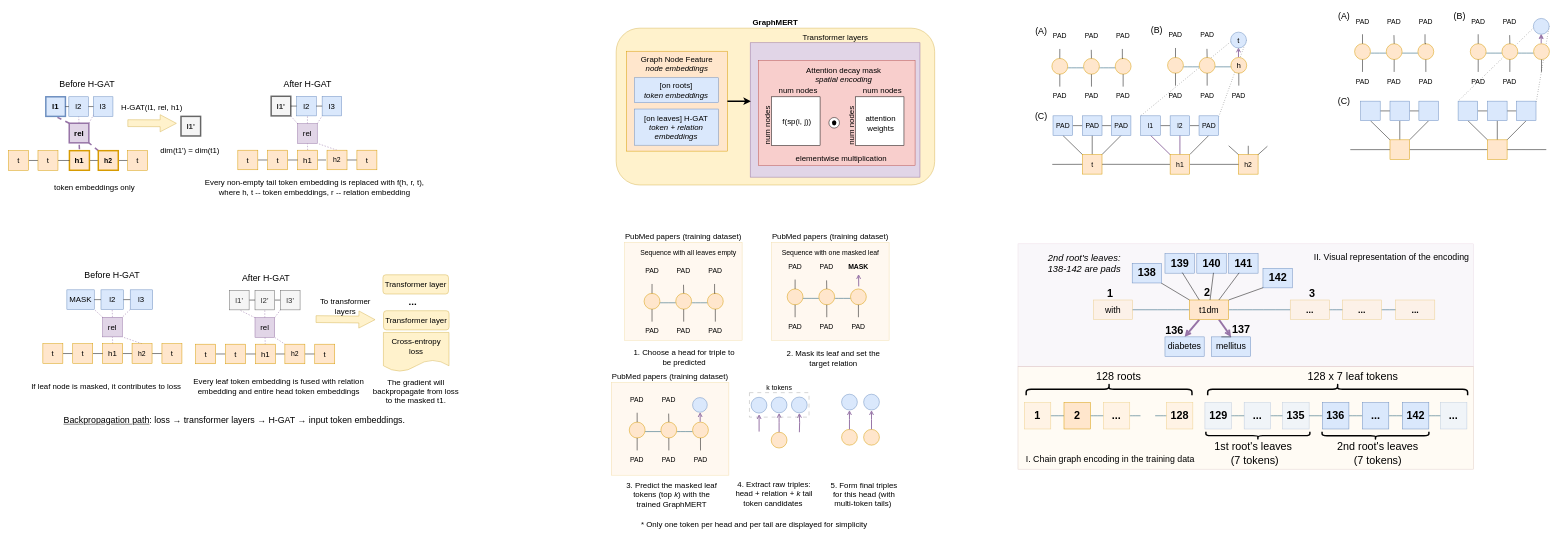
Above: page "chain graphs" (1 of 6) of presentations/pipeline.drawio in across-stars/draw.io (draw.io), before the change. Source tidied: cells renumbered, new cells numbered last; positions are measured from the earlier drawing's top-left corner, leaving out a move shared by most shapes. Both pictures are drawn from the tidied source at 49%, with x=0, y=0 at pixel (8, 8).
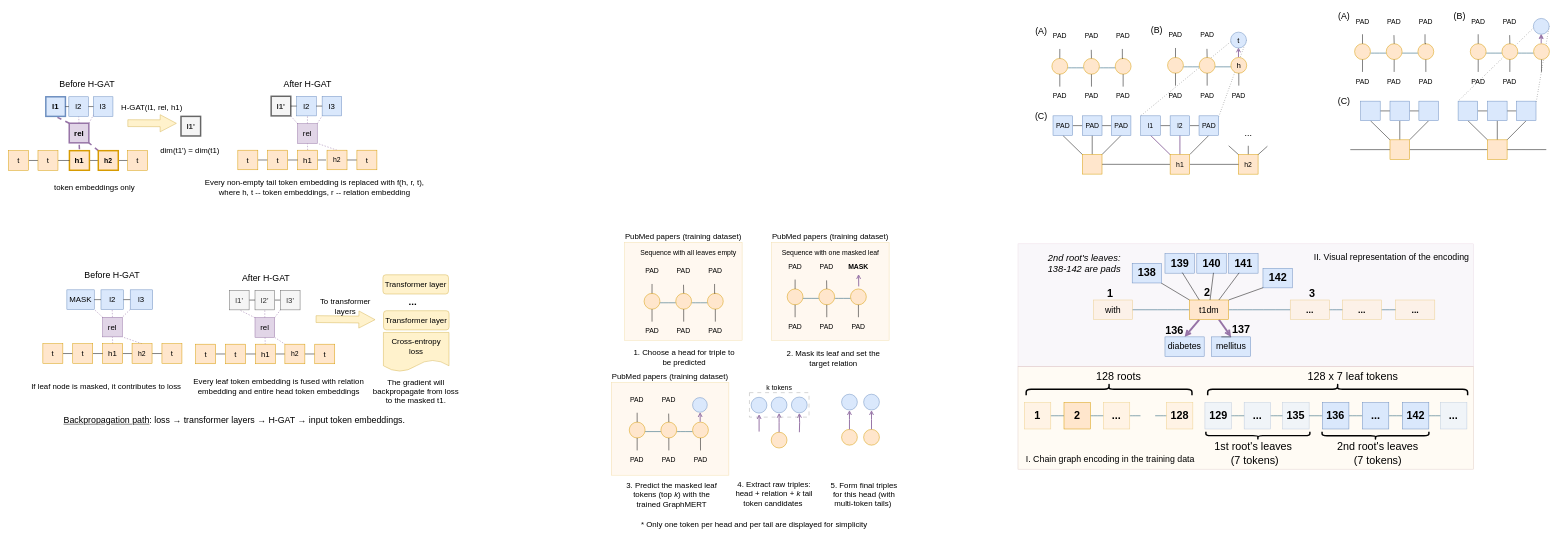
The same page after the edit.

The change refers to these unchanged cells:
```xml
<mxCell id="341" style="group;" parent="209" vertex="1">
  <mxGeometry x="2363" y="158" width="226.2" height="179.9" as="geometry" />
</mxCell>
```

What changed in the source:
```diff
@@
-    <mxCell id="19" value="&lt;font color=&quot;#000000&quot;&gt;&lt;b&gt;GraphMERT&lt;/b&gt;&lt;/font&gt;" style="rounded=1;whiteSpace=wrap;html=1;fontSize=16;labelBackgroundColor=none;fillColor=#fff2cc;strokeColor=#d6b656;labelPosition=center;verticalLabelPosition=top;align=center;verticalAlign=bottom;" parent="1" vertex="1">
-      <mxGeometry x="1240" y="40" width="650" height="320" as="geometry" />
-    </mxCell>
-    <mxCell id="20" style="group;" parent="1" vertex="1">
-      <mxGeometry x="1278" y="69.8" width="592" height="274.2" as="geometry" />
-    </mxCell>
-    <mxCell id="21" value="&lt;font&gt;Transformer layers&lt;/font&gt;" style="rounded=0;whiteSpace=wrap;html=1;fillColor=#e1d5e7;strokeColor=#9673a6;labelPosition=center;verticalLabelPosition=top;align=center;verticalAlign=bottom;fontSize=16;" parent="20" vertex="1">
-      <mxGeometry x="235.5" width="346.5" height="274.2" as="geometry" />
-    </mxCell>
-    <mxCell id="22" style="group;" parent="20" vertex="1">
-      <mxGeometry x="-17" y="17.2" width="206" height="203.9" as="geometry" />
-    </mxCell>
-    <mxCell id="23" value="&lt;font&gt;Graph Node Feature&lt;/font&gt;&lt;div&gt;&lt;i&gt;&lt;font&gt;node embeddings&lt;/font&gt;&lt;/i&gt;&lt;/div&gt;" style="rounded=0;whiteSpace=wrap;html=1;verticalAlign=top;fillColor=#ffe6cc;strokeColor=#d79b00;fontSize=16;" parent="22" vertex="1">
-      <mxGeometry width="206" height="203.9" as="geometry" />
-    </mxCell>
-    <mxCell id="24" value="&lt;font&gt;[on roots]&lt;/font&gt;&lt;div&gt;&lt;font&gt;&lt;i&gt;token embeddings&lt;/i&gt;&lt;/font&gt;&lt;/div&gt;" style="rounded=0;whiteSpace=wrap;html=1;fillColor=#dae8fc;strokeColor=#6c8ebf;fontSize=16;" parent="22" vertex="1">
-      <mxGeometry x="16.4" y="54.2" width="171" height="51" as="geometry" />
-    </mxCell>
-    <mxCell id="25" value="&lt;font&gt;&lt;font&gt;[on leaves] H-GAT&lt;/font&gt;&lt;/font&gt;&lt;div&gt;&lt;font&gt;&lt;i&gt;token + relation embeddings&lt;/i&gt;&lt;/font&gt;&lt;/div&gt;" style="rounded=0;whiteSpace=wrap;html=1;fillColor=#dae8fc;strokeColor=#6c8ebf;fontSize=16;" parent="22" vertex="1">
-      <mxGeometry x="16.4" y="118" width="171" height="73.8" as="geometry" />
-    </mxCell>
-    <mxCell id="26" style="group;" parent="20" vertex="1">
-      <mxGeometry x="252" y="27.2" width="340" height="223.2" as="geometry" />
-    </mxCell>
-    <mxCell id="27" style="rounded=0;whiteSpace=wrap;html=1;fillColor=#f8cecc;strokeColor=#b85450;labelPosition=center;verticalLabelPosition=bottom;align=center;verticalAlign=top;fontSize=16;" parent="26" vertex="1">
-      <mxGeometry y="8.6" width="320" height="214.6" as="geometry" />
-    </mxCell>
-    <mxCell id="28" value="&lt;div&gt;&lt;font&gt;Attention decay mask&lt;/font&gt;&lt;/div&gt;&lt;div&gt;&lt;font&gt;&lt;i&gt;spatial encoding&lt;/i&gt;&lt;/font&gt;&lt;/div&gt;" style="text;html=1;align=center;verticalAlign=middle;whiteSpace=wrap;rounded=0;fontSize=16;" parent="26" vertex="1">
-      <mxGeometry x="77.2" width="195" height="75.1" as="geometry" />
-    </mxCell>
-    <mxCell id="29" style="group;fontSize=16;" parent="26" vertex="1">
-      <mxGeometry y="62.2" width="305.9" height="160.9" as="geometry" />
-    </mxCell>
-    <mxCell id="30" style="group;fontSize=16;" parent="29" vertex="1">
-      <mxGeometry width="128.8" height="144.9" as="geometry" />
-    </mxCell>
-    <mxCell id="31" style="whiteSpace=wrap;html=1;fontSize=16;" parent="30" vertex="1">
-      <mxGeometry x="27" y="20.9" width="99.1" height="99.1" as="geometry" />
-    </mxCell>
-    <mxCell id="32" value="&lt;font&gt;num nodes&lt;/font&gt;" style="text;html=1;align=center;verticalAlign=middle;strokeColor=none;fillColor=none;fontSize=16;" parent="30" vertex="1">
-      <mxGeometry x="31.2" y="-7" width="100" height="30" as="geometry" />
-    </mxCell>
-    <mxCell id="33" value="&lt;font&gt;num nodes&lt;/font&gt;" style="text;html=1;align=center;verticalAlign=middle;strokeColor=none;fillColor=none;rotation=-90;fontSize=16;" parent="30" vertex="1">
-      <mxGeometry x="-31.5" y="64.9" width="100" height="30" as="geometry" />
-    </mxCell>
-    <mxCell id="34" value="&lt;font&gt;f(sp(i, j))&lt;/font&gt;" style="text;html=1;align=center;verticalAlign=middle;whiteSpace=wrap;rounded=0;fontSize=16;" parent="30" vertex="1">
-      <mxGeometry x="42.8" y="50.3" width="72.1" height="42.9" as="geometry" />
-    </mxCell>
-    <mxCell id="35" style="group;fontSize=16;" parent="29" vertex="1">
-      <mxGeometry x="171.2" width="134.7" height="160.9" as="geometry" />
-    </mxCell>
-    <mxCell id="36" style="whiteSpace=wrap;html=1;fontSize=16;" parent="35" vertex="1">
-      <mxGeometry x="27" y="20.9" width="99.1" height="99.1" as="geometry" />
-    </mxCell>
-    <mxCell id="37" value="&lt;font&gt;num nodes&lt;/font&gt;" style="text;html=1;align=center;verticalAlign=middle;strokeColor=none;fillColor=none;fontSize=16;" parent="35" vertex="1">
-      <mxGeometry x="31.7" y="-7" width="100" height="30" as="geometry" />
-    </mxCell>
-    <mxCell id="38" value="&lt;font&gt;num nodes&lt;/font&gt;" style="text;html=1;align=center;verticalAlign=middle;strokeColor=none;fillColor=none;rotation=-90;fontSize=16;" parent="35" vertex="1">
-      <mxGeometry x="-31" y="64.9" width="100" height="30" as="geometry" />
-    </mxCell>
-    <mxCell id="39" value="&lt;font&gt;attention weights&lt;/font&gt;" style="text;html=1;align=center;verticalAlign=middle;whiteSpace=wrap;rounded=0;fontSize=16;" parent="35" vertex="1">
-      <mxGeometry x="42.8" y="53.3" width="72.1" height="42.9" as="geometry" />
-    </mxCell>
-    <mxCell id="40" value="&lt;font&gt;elementwise multiplication&lt;/font&gt;" style="text;html=1;align=center;verticalAlign=middle;strokeColor=none;fillColor=none;fontSize=16;" parent="35" vertex="1">
-      <mxGeometry x="-107.2" y="130.9" width="210" height="30" as="geometry" />
-    </mxCell>
-    <mxCell id="41" style="group;" parent="29" vertex="1">
-      <mxGeometry x="144.1" y="63.1" width="21.6" height="21.6" as="geometry" />
-    </mxCell>
-    <mxCell id="42" style="ellipse;whiteSpace=wrap;html=1;fontSize=16;" parent="41" vertex="1">
-      <mxGeometry width="21.6" height="21.6" as="geometry" />
-    </mxCell>
-    <mxCell id="43" style="shape=ellipse;fillColor=#000000;strokeColor=none;html=1;sketch=0;fontSize=16;" parent="41" vertex="1">
-      <mxGeometry x="6.3" y="5.6" width="9" height="10.7" as="geometry" />
-    </mxCell>
-    <mxCell id="44" style="edgeStyle=orthogonalEdgeStyle;rounded=0;jettySize=auto;html=1;exitX=1;exitY=0.5;exitDx=0;exitDy=0;entryX=0.004;entryY=0.435;entryDx=0;entryDy=0;entryPerimeter=0;strokeWidth=3;" parent="20" edge="1" source="23" target="21">
-      <mxGeometry relative="1" as="geometry" />
-    </mxCell>
@@
+    <mxCell id="413" value="&lt;font style=&quot;font-size: 18px;&quot;&gt;...&lt;/font&gt;" style="text;html=1;align=center;verticalAlign=middle;strokeColor=none;fillColor=none;fontFamily=Helvetica;fontSize=11;fontColor=default;labelBackgroundColor=default;" parent="341" vertex="1">
+      <mxGeometry x="147" y="82" width="40" height="30" as="geometry" />
+    </mxCell>
@@
-    <mxCell id="369" style="edgeStyle=none;shape=connector;rounded=0;jettySize=auto;html=1;exitX=0;exitY=0.5;exitDx=0;exitDy=0;strokeColor=default;align=center;verticalAlign=middle;fontFamily=Helvetica;fontSize=11;fontColor=default;labelBackgroundColor=default;startFill=0;endArrow=none;" parent="209" edge="1" source="370">
-      <mxGeometry relative="1" as="geometry">
-        <mxPoint x="2130" y="318" as="targetPoint" />
-      </mxGeometry>
-    </mxCell>
-    <mxCell id="370" value="t" style="rounded=0;whiteSpace=wrap;html=1;fillColor=#ffe6cc;strokeColor=#d79b00;fontSize=14;" parent="209" vertex="1">
+    <mxCell id="370" style="rounded=0;whiteSpace=wrap;html=1;fillColor=#ffe6cc;strokeColor=#d79b00;fontSize=14;" parent="209" vertex="1">
       <mxGeometry x="2191.5" y="297.9" width="40" height="39.9" as="geometry" />
     </mxCell>
```
